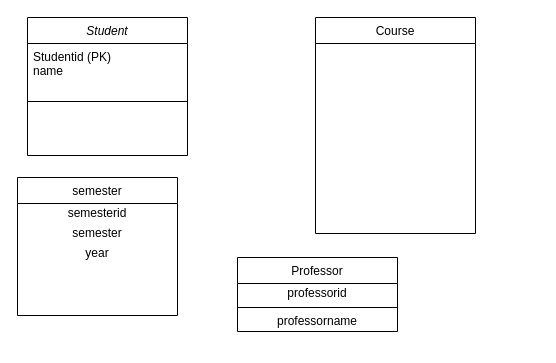
riskojk/homework keeps this draw.io diagram as Untitled Diagram.drawio. Above is the earlier version. Source tidied: cells renumbered, new cells numbered last; positions are measured from the earlier drawing's top-left corner, leaving out a move shared by most shapes. Both pictures are drawn from the tidied source at 100%, with x=0, y=0 at pixel (17, 17).
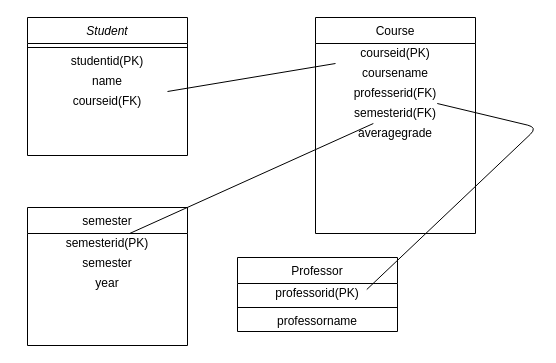
The same page after the edit.

Unchanged cells that the change refers to:
```xml
<mxCell id="2" value="Student" style="swimlane;fontStyle=2;align=center;verticalAlign=top;horizontal=1;startSize=26;rounded=0;shadow=0;strokeWidth=1;" parent="1" vertex="1">
  <mxGeometry x="10" width="160" height="138" as="geometry" />
</mxCell>
<mxCell id="5" value="Course" style="swimlane;fontStyle=0;align=center;verticalAlign=top;horizontal=1;startSize=26;rounded=0;shadow=0;strokeWidth=1;" parent="1" vertex="1">
  <mxGeometry x="298" width="160" height="216" as="geometry" />
</mxCell>
```

The edit, as a diff of the source:
```diff
@@
-    <mxCell id="3" value="Studentid (PK)&#10;name" style="text;align=left;verticalAlign=top;spacingLeft=4;spacingRight=4;overflow=hidden;" parent="2" vertex="1">
-      <mxGeometry y="26" width="160" height="54" as="geometry" />
-    </mxCell>
     <mxCell id="4" style="line;html=1;strokeWidth=1;align=left;verticalAlign=middle;spacingTop=-1;spacingLeft=3;spacingRight=3;labelPosition=right;" parent="2" vertex="1">
-      <mxGeometry y="80" width="160" height="8" as="geometry" />
+      <mxGeometry y="26" width="160" height="8" as="geometry" />
     </mxCell>
+    <mxCell id="14" value="studentid(PK)" style="text;html=1;strokeColor=none;fillColor=none;align=center;verticalAlign=middle;whiteSpace=wrap;rounded=0;" parent="2" vertex="1">
+      <mxGeometry y="34" width="160" height="20" as="geometry" />
+    </mxCell>
+    <mxCell id="15" value="name" style="text;html=1;strokeColor=none;fillColor=none;align=center;verticalAlign=middle;whiteSpace=wrap;rounded=0;" parent="2" vertex="1">
+      <mxGeometry y="54" width="160" height="20" as="geometry" />
+    </mxCell>
+    <mxCell id="16" value="courseid(FK)" style="text;html=1;strokeColor=none;fillColor=none;align=center;verticalAlign=middle;whiteSpace=wrap;rounded=0;" parent="2" vertex="1">
+      <mxGeometry y="74" width="160" height="20" as="geometry" />
+    </mxCell>
@@
+    <mxCell id="17" value="courseid(PK)" style="text;html=1;strokeColor=none;fillColor=none;align=center;verticalAlign=middle;whiteSpace=wrap;rounded=0;" parent="5" vertex="1">
+      <mxGeometry y="26" width="160" height="20" as="geometry" />
+    </mxCell>
+    <mxCell id="18" value="coursename" style="text;html=1;strokeColor=none;fillColor=none;align=center;verticalAlign=middle;whiteSpace=wrap;rounded=0;" parent="5" vertex="1">
+      <mxGeometry y="46" width="160" height="20" as="geometry" />
+    </mxCell>
+    <mxCell id="19" value="professerid(FK)" style="text;html=1;strokeColor=none;fillColor=none;align=center;verticalAlign=middle;whiteSpace=wrap;rounded=0;" parent="5" vertex="1">
+      <mxGeometry y="66" width="160" height="20" as="geometry" />
+    </mxCell>
+    <mxCell id="20" value="semesterid(FK)" style="text;html=1;strokeColor=none;fillColor=none;align=center;verticalAlign=middle;whiteSpace=wrap;rounded=0;" parent="5" vertex="1">
+      <mxGeometry y="86" width="160" height="20" as="geometry" />
+    </mxCell>
+    <mxCell id="21" value="averagegrade" style="text;html=1;strokeColor=none;fillColor=none;align=center;verticalAlign=middle;whiteSpace=wrap;rounded=0;" parent="5" vertex="1">
+      <mxGeometry y="106" width="160" height="20" as="geometry" />
+    </mxCell>
+    <mxCell id="10" value="Professor" style="swimlane;fontStyle=0;align=center;verticalAlign=top;horizontal=1;startSize=26;rounded=0;shadow=0;strokeWidth=1;" parent="1" vertex="1">
+      <mxGeometry x="220" y="240" width="160" height="74" as="geometry" />
+    </mxCell>
+    <mxCell id="11" value="professorid(PK)" style="text;html=1;strokeColor=none;fillColor=none;align=center;verticalAlign=middle;whiteSpace=wrap;rounded=0;" parent="10" vertex="1">
+      <mxGeometry y="26" width="160" height="20" as="geometry" />
+    </mxCell>
+    <mxCell id="12" style="line;html=1;strokeWidth=1;align=left;verticalAlign=middle;spacingTop=-1;spacingLeft=3;spacingRight=3;labelPosition=right;" parent="10" vertex="1">
+      <mxGeometry y="46" width="160" height="8" as="geometry" />
+    </mxCell>
+    <mxCell id="13" value="professorname" style="text;html=1;strokeColor=none;fillColor=none;align=center;verticalAlign=middle;whiteSpace=wrap;rounded=0;" parent="10" vertex="1">
+      <mxGeometry y="54" width="160" height="20" as="geometry" />
+    </mxCell>
     <mxCell id="6" value="semester" style="swimlane;fontStyle=0;align=center;verticalAlign=top;horizontal=1;startSize=26;rounded=0;shadow=0;strokeWidth=1;" parent="1" vertex="1">
-      <mxGeometry y="160" width="160" height="138" as="geometry" />
+      <mxGeometry x="10" y="190" width="160" height="138" as="geometry" />
     </mxCell>
-    <mxCell id="7" value="semesterid" style="text;html=1;strokeColor=none;fillColor=none;align=center;verticalAlign=middle;whiteSpace=wrap;rounded=0;" parent="6" vertex="1">
+    <mxCell id="7" value="semesterid(PK)" style="text;html=1;strokeColor=none;fillColor=none;align=center;verticalAlign=middle;whiteSpace=wrap;rounded=0;" parent="6" vertex="1">
       <mxGeometry y="26" width="160" height="20" as="geometry" />
     </mxCell>
@@
-    <mxCell id="10" value="Professor" style="swimlane;fontStyle=0;align=center;verticalAlign=top;horizontal=1;startSize=26;rounded=0;shadow=0;strokeWidth=1;" parent="1" vertex="1">
-      <mxGeometry x="220" y="240" width="160" height="74" as="geometry" />
-    </mxCell>
-    <mxCell id="11" value="professorid" style="text;html=1;strokeColor=none;fillColor=none;align=center;verticalAlign=middle;whiteSpace=wrap;rounded=0;" parent="10" vertex="1">
-      <mxGeometry y="26" width="160" height="20" as="geometry" />
-    </mxCell>
-    <mxCell id="12" style="line;html=1;strokeWidth=1;align=left;verticalAlign=middle;spacingTop=-1;spacingLeft=3;spacingRight=3;labelPosition=right;" parent="10" vertex="1">
-      <mxGeometry y="46" width="160" height="8" as="geometry" />
-    </mxCell>
-    <mxCell id="13" value="professorname" style="text;html=1;strokeColor=none;fillColor=none;align=center;verticalAlign=middle;whiteSpace=wrap;rounded=0;" parent="10" vertex="1">
-      <mxGeometry y="54" width="160" height="20" as="geometry" />
-    </mxCell>
+    <mxCell id="22" style="endArrow=none;html=1;" parent="1" edge="1" source="7" target="20">
+      <mxGeometry relative="1" as="geometry" />
+    </mxCell>
+    <mxCell id="23" style="endArrow=none;html=1;entryX=0.808;entryY=0.3;entryDx=0;entryDy=0;entryPerimeter=0;" parent="1" edge="1" source="19" target="11">
+      <mxGeometry relative="1" as="geometry">
+        <Array as="points">
+          <mxPoint x="520" y="110" />
+        </Array>
+      </mxGeometry>
+    </mxCell>
+    <mxCell id="24" style="endArrow=none;html=1;" parent="1" edge="1" source="16" target="17">
+      <mxGeometry relative="1" as="geometry" />
+    </mxCell>
```
